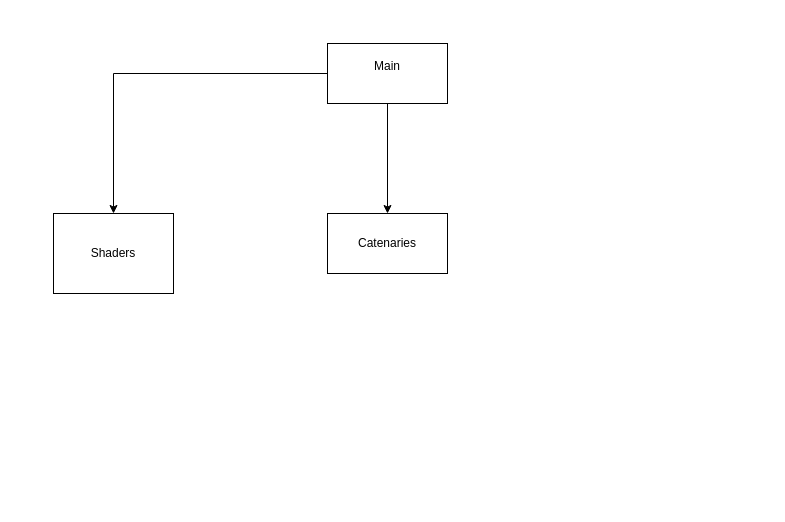
Above: Documentation/UnrealToolsGitStructure.drawio in Bumvolla/UnrealTools (draw.io), before the change. Source tidied: cells renumbered, new cells numbered last; positions are measured from the earlier drawing's top-left corner, leaving out a move shared by most shapes. Both pictures are drawn from the tidied source at 100%, with x=0, y=0 at pixel (53, 43).
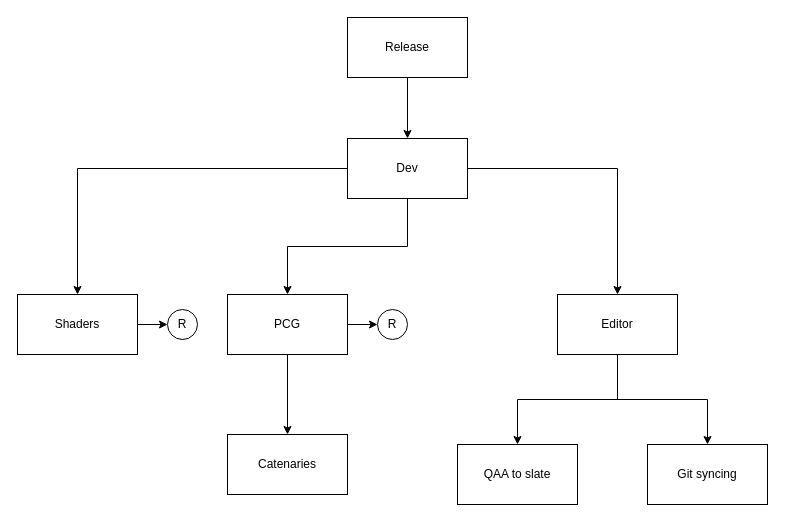
Above is the later version.

What changed in the source:
```diff
@@
-    <mxCell id="3" style="edgeStyle=orthogonalEdgeStyle;rounded=0;jettySize=auto;html=1;exitX=0.5;exitY=1;exitDx=0;exitDy=0;entryX=0.5;entryY=0;entryDx=0;entryDy=0;" parent="1" edge="1" source="4" target="6">
-      <mxGeometry relative="1" as="geometry" />
-    </mxCell>
+    <mxCell id="7" style="edgeStyle=orthogonalEdgeStyle;rounded=0;jettySize=auto;html=1;" parent="1" edge="1" source="4" target="13">
+      <mxGeometry relative="1" as="geometry" />
+    </mxCell>
+    <mxCell id="8" style="edgeStyle=orthogonalEdgeStyle;rounded=0;jettySize=auto;html=1;" parent="1" edge="1" source="4" target="16">
+      <mxGeometry relative="1" as="geometry" />
+    </mxCell>
-    <mxCell id="4" value="Main&lt;div&gt;&lt;br&gt;&lt;/div&gt;" style="rounded=0;whiteSpace=wrap;html=1;" parent="1" vertex="1">
-      <mxGeometry x="274" width="120" height="60" as="geometry" />
+    <mxCell id="4" value="&lt;div&gt;Dev&lt;/div&gt;" style="rounded=0;whiteSpace=wrap;html=1;" parent="1" vertex="1">
+      <mxGeometry x="294" y="95" width="120" height="60" as="geometry" />
     </mxCell>
+    <mxCell id="9" style="edgeStyle=orthogonalEdgeStyle;rounded=0;jettySize=auto;html=1;" parent="1" edge="1" source="5" target="19">
+      <mxGeometry relative="1" as="geometry" />
+    </mxCell>
     <mxCell id="5" value="Shaders" style="rounded=0;whiteSpace=wrap;html=1;" parent="1" vertex="1">
-      <mxGeometry y="170" width="120" height="80" as="geometry" />
+      <mxGeometry x="-36" y="251" width="120" height="60" as="geometry" />
     </mxCell>
+    <mxCell id="10" value="&lt;div&gt;Git syncing&lt;/div&gt;" style="rounded=0;whiteSpace=wrap;html=1;" parent="1" vertex="1">
+      <mxGeometry x="594" y="401" width="120" height="60" as="geometry" />
+    </mxCell>
+    <mxCell id="11" style="edgeStyle=orthogonalEdgeStyle;rounded=0;jettySize=auto;html=1;" parent="1" edge="1" source="13" target="6">
+      <mxGeometry relative="1" as="geometry" />
+    </mxCell>
+    <mxCell id="12" style="edgeStyle=orthogonalEdgeStyle;rounded=0;jettySize=auto;html=1;" parent="1" edge="1" source="13" target="18">
+      <mxGeometry relative="1" as="geometry" />
+    </mxCell>
+    <mxCell id="13" value="&lt;div&gt;PCG&lt;/div&gt;" style="rounded=0;whiteSpace=wrap;html=1;" parent="1" vertex="1">
+      <mxGeometry x="174" y="251" width="120" height="60" as="geometry" />
+    </mxCell>
     <mxCell id="6" value="&lt;div&gt;Catenaries&lt;/div&gt;" style="rounded=0;whiteSpace=wrap;html=1;" parent="1" vertex="1">
-      <mxGeometry x="274" y="170" width="120" height="60" as="geometry" />
+      <mxGeometry x="174" y="391" width="120" height="60" as="geometry" />
     </mxCell>
+    <mxCell id="14" style="edgeStyle=orthogonalEdgeStyle;rounded=0;jettySize=auto;html=1;" parent="1" edge="1" source="16" target="17">
+      <mxGeometry relative="1" as="geometry" />
+    </mxCell>
+    <mxCell id="15" style="edgeStyle=orthogonalEdgeStyle;rounded=0;jettySize=auto;html=1;exitX=0.5;exitY=1;exitDx=0;exitDy=0;entryX=0.5;entryY=0;entryDx=0;entryDy=0;" parent="1" edge="1" source="16" target="10">
+      <mxGeometry relative="1" as="geometry" />
+    </mxCell>
+    <mxCell id="16" value="&lt;div&gt;Editor&lt;/div&gt;" style="rounded=0;whiteSpace=wrap;html=1;" parent="1" vertex="1">
+      <mxGeometry x="504" y="251" width="120" height="60" as="geometry" />
+    </mxCell>
+    <mxCell id="17" value="&lt;div&gt;QAA to slate&lt;/div&gt;" style="rounded=0;whiteSpace=wrap;html=1;" parent="1" vertex="1">
+      <mxGeometry x="404" y="401" width="120" height="60" as="geometry" />
+    </mxCell>
+    <mxCell id="18" value="R" style="ellipse;whiteSpace=wrap;html=1;rounded=0;" parent="1" vertex="1">
+      <mxGeometry x="324" y="266" width="30" height="30" as="geometry" />
+    </mxCell>
+    <mxCell id="19" value="R" style="ellipse;whiteSpace=wrap;html=1;rounded=0;" parent="1" vertex="1">
+      <mxGeometry x="114" y="266" width="30" height="30" as="geometry" />
+    </mxCell>
+    <mxCell id="20" style="edgeStyle=orthogonalEdgeStyle;rounded=0;jettySize=auto;html=1;" parent="1" edge="1" source="21" target="4">
+      <mxGeometry relative="1" as="geometry" />
+    </mxCell>
+    <mxCell id="21" value="Release" style="whiteSpace=wrap;html=1;" parent="1" vertex="1">
+      <mxGeometry x="294" y="-26" width="120" height="60" as="geometry" />
+    </mxCell>
```
